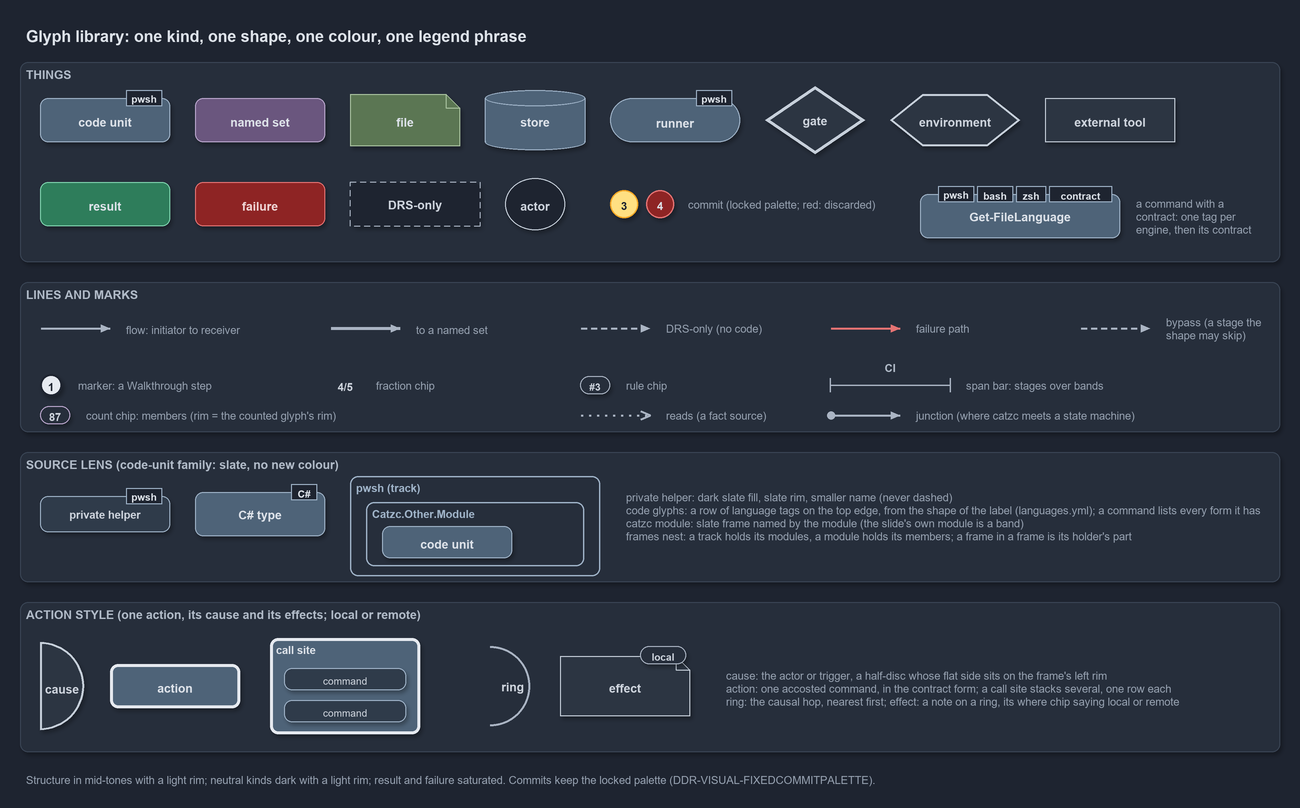
Above: docs/explanation/.assets/glyphs.drawio.png in casperease/catzc (draw.io), before the change. Source tidied: cells renumbered, new cells last; positions are measured from the earlier drawing's top-left corner, leaving out a move shared by most shapes.
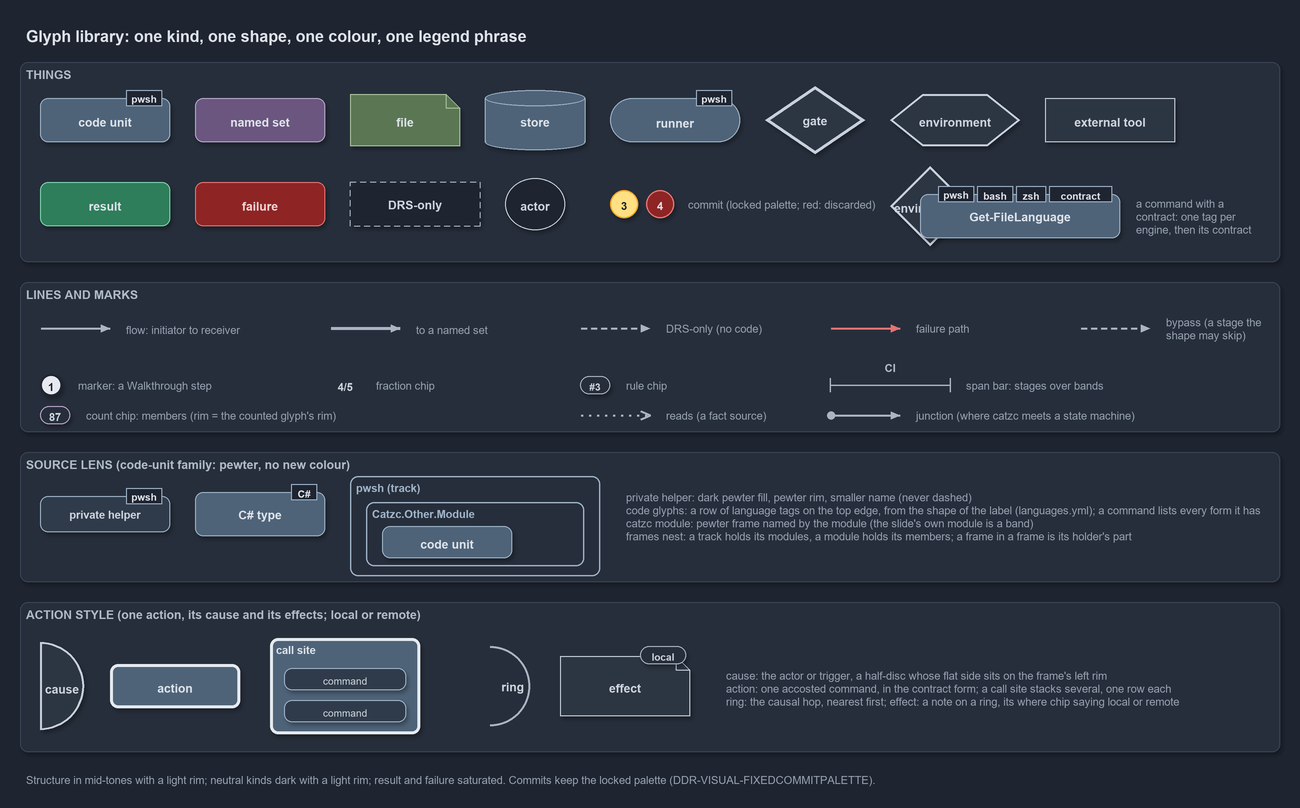
Later version of the same file.

Change to the diagram source:
```diff
@@ -29,6 +29,9 @@
     <mxCell id="10" value="&lt;b&gt;environment&lt;/b&gt;" style="shape=hexagon;perimeter=hexagonPerimeter2;whiteSpace=wrap;html=1;fillColor=#2C3542;strokeColor=#C7D0DB;strokeWidth=2;fontColor=#CDD3DC;fontSize=12;" parent="1" vertex="1">
       <mxGeometry x="870" y="74" width="130" height="52" as="geometry" />
     </mxCell>
+    <mxCell id="87" value="&lt;b&gt;environment&lt;/b&gt;" style="rhombus;perimeter=rhombusPerimeter;whiteSpace=wrap;html=1;fillColor=#2C3542;strokeColor=#C7D0DB;strokeWidth=2;fontColor=#CDD3DC;fontSize=12;" parent="1" vertex="1">
+      <mxGeometry x="870" y="146" width="80" height="80" as="geometry" />
+    </mxCell>
     <mxCell id="11" value="&lt;b&gt;external tool&lt;/b&gt;" style="rounded=0;whiteSpace=wrap;html=1;fillColor=#2C3542;strokeColor=#C7D0DB;fontColor=#CDD3DC;fontSize=12;" parent="1" vertex="1">
       <mxGeometry x="1025" y="78" width="130" height="44" as="geometry" />
     </mxCell>
@@ -179,7 +182,7 @@
     <mxCell id="60" value="count chip: members (rim = the counted glyph's rim)" style="text;html=1;align=left;verticalAlign=middle;fontSize=11;fontColor=#949FAE;" parent="1" vertex="1">
       <mxGeometry x="60" y="385" width="300" height="20" as="geometry" />
     </mxCell>
-    <mxCell id="61" value="SOURCE LENS (code-unit family: slate, no new colour)" style="rounded=1;html=1;arcSize=3;fillColor=#262E3B;strokeColor=#3A4555;verticalAlign=top;align=left;spacingLeft=8;fontStyle=1;fontSize=12;fontColor=#B0BAC7;" parent="1" vertex="1">
+    <mxCell id="61" value="SOURCE LENS (code-unit family: pewter, no new colour)" style="rounded=1;html=1;arcSize=3;fillColor=#262E3B;strokeColor=#3A4555;verticalAlign=top;align=left;spacingLeft=8;fontStyle=1;fontSize=12;fontColor=#B0BAC7;" parent="1" vertex="1">
       <mxGeometry y="432" width="1260" height="130" as="geometry" />
     </mxCell>
     <mxCell id="62" value="&lt;b&gt;private helper&lt;/b&gt;" style="rounded=1;whiteSpace=wrap;html=1;arcSize=20;fillColor=#2F3B4A;strokeColor=#9FB3C8;fontColor=#CDD3DC;fontSize=11;" parent="1" vertex="1">
@@ -197,7 +200,7 @@
     <mxCell id="66" value="&lt;b&gt;code unit&lt;/b&gt;" style="rounded=1;whiteSpace=wrap;html=1;arcSize=20;fillColor=#4E6378;strokeColor=#9FB3C8;fontColor=#DDE2E9;fontSize=12;" parent="65" vertex="1">
       <mxGeometry x="16" y="24" width="130" height="32" as="geometry" />
     </mxCell>
-    <mxCell id="67" value="private helper: dark slate fill, slate rim, smaller name (never dashed)&lt;br&gt;code glyphs: a row of language tags on the top edge, from the shape of the label (languages.yml); a command lists every form it has&lt;br&gt;catzc module: slate frame named by the module (the slide's own module is a band)&lt;br&gt;frames nest: a track holds its modules, a module holds its members; a frame in a frame is its holder's part" style="text;html=1;whiteSpace=wrap;align=left;verticalAlign=middle;fontSize=11;fontColor=#949FAE;" parent="1" vertex="1">
+    <mxCell id="67" value="private helper: dark pewter fill, pewter rim, smaller name (never dashed)&lt;br&gt;code glyphs: a row of language tags on the top edge, from the shape of the label (languages.yml); a command lists every form it has&lt;br&gt;catzc module: pewter frame named by the module (the slide's own module is a band)&lt;br&gt;frames nest: a track holds its modules, a module holds its members; a frame in a frame is its holder's part" style="text;html=1;whiteSpace=wrap;align=left;verticalAlign=middle;fontSize=11;fontColor=#949FAE;" parent="1" vertex="1">
       <mxGeometry x="600" y="464" width="640" height="64" as="geometry" />
     </mxCell>
     <mxCell id="68" value="ACTION STYLE (one action, its cause and its effects; local or remote)" style="rounded=1;html=1;arcSize=3;fillColor=#262E3B;strokeColor=#3A4555;verticalAlign=top;align=left;spacingLeft=8;fontStyle=1;fontSize=12;fontColor=#B0BAC7;" parent="1" vertex="1">
```
